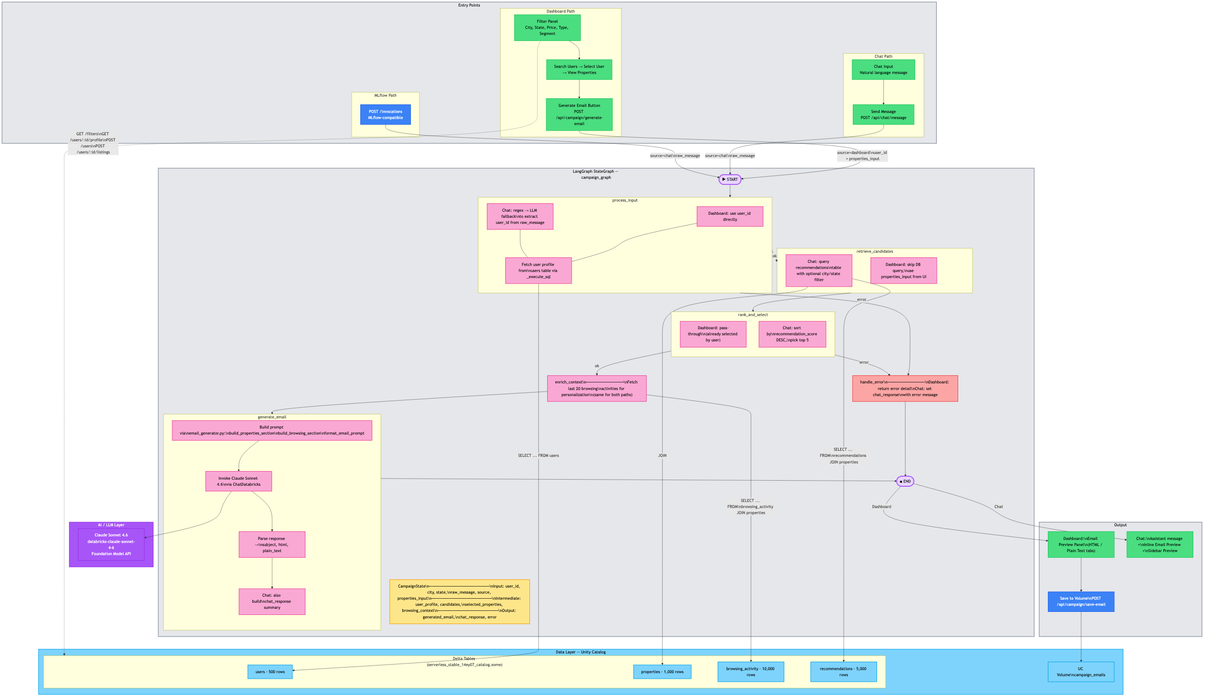
This is pipeline_flow.png from birbalin25/xome_langgraph, a Mermaid export, as it was before one commit. Its source is kept beside it as pipeline_flow.mmd.
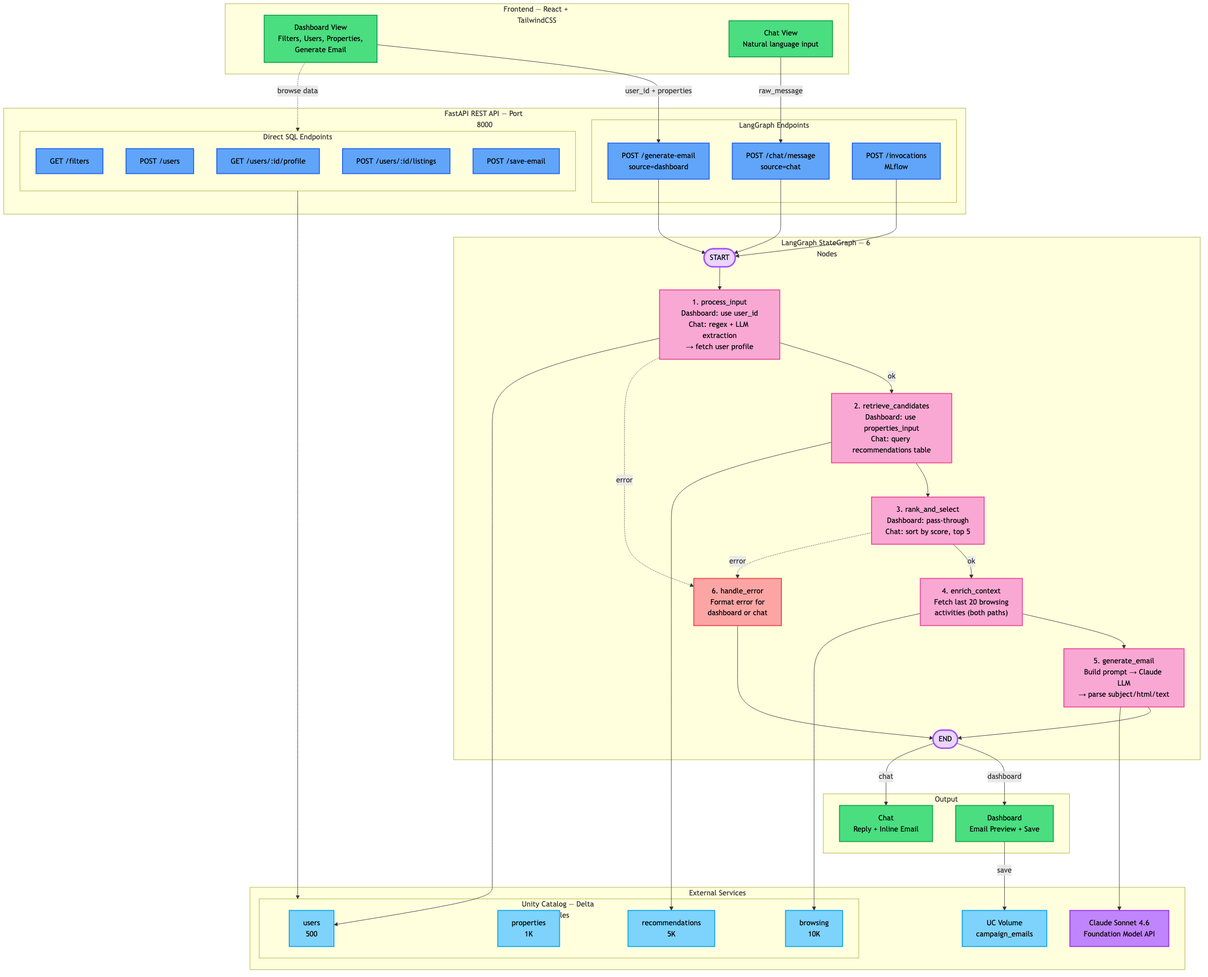
The same file after the commit.

Commit message:
Update architecture diagram with cleaner 5-layer layout

Simplified the Mermaid diagram for readability: compact node text,
clear top-to-bottom flow through Frontend → REST API → LangGraph
(6 nodes) → External Services → Output, with error paths shown
as dashed edges.

Diff of the diagram source:
```diff
@@ -1,144 +1,88 @@
-flowchart TB
-    classDef frontend fill:#4ade80,stroke:#22c55e,stroke-width:2px,color:#000
-    classDef api fill:#3b82f6,stroke:#2563eb,stroke-width:2px,color:#fff
-    classDef llm fill:#a855f7,stroke:#9333ea,stroke-width:2px,color:#fff
-    classDef data fill:#7dd3fc,stroke:#0ea5e9,stroke-width:2px,color:#000
-    classDef shared fill:#fbbf24,stroke:#f59e0b,stroke-width:2px,color:#000
-    classDef container fill:#e5e7eb,stroke:#9ca3af,stroke-width:3px,color:#000
-    classDef node_ok fill:#f9a8d4,stroke:#ec4899,stroke-width:2px,color:#000
-    classDef node_err fill:#fca5a5,stroke:#ef4444,stroke-width:2px,color:#000
-    classDef startend fill:#e9d5ff,stroke:#a855f7,stroke-width:3px,color:#000
-    classDef state fill:#fde68a,stroke:#f59e0b,stroke-width:2px,color:#000
+flowchart TD
+    classDef ui fill:#4ade80,stroke:#16a34a,stroke-width:2px,color:#000
+    classDef api fill:#60a5fa,stroke:#2563eb,stroke-width:2px,color:#000
+    classDef gnode fill:#f9a8d4,stroke:#ec4899,stroke-width:2px,color:#000
+    classDef errn fill:#fca5a5,stroke:#ef4444,stroke-width:2px,color:#000
+    classDef llm fill:#c084fc,stroke:#9333ea,stroke-width:2px,color:#000
+    classDef db fill:#7dd3fc,stroke:#0ea5e9,stroke-width:2px,color:#000
+    classDef se fill:#e9d5ff,stroke:#a855f7,stroke-width:3px,color:#000
 
+    subgraph FE["Frontend — React + TailwindCSS"]
+        direction LR
+        D["Dashboard View<br/>Filters, Users, Properties,<br/>Generate Email"]:::ui
+        C["Chat View<br/>Natural language input"]:::ui
+    end
 
-    subgraph ENTRY["Entry Points"]
+    subgraph API["FastAPI REST API — Port 8000"]
         direction LR
-
-        subgraph DASH_ENTRY["Dashboard Path"]
+        subgraph SQL_EP["Direct SQL Endpoints"]
             direction TB
-            D_FILTERS[Filter Panel<br/>City, State, Price, Type, Segment]:::frontend
-            D_SEARCH[Search Users → Select User<br/>→ View Properties]:::frontend
-            D_GEN[Generate Email Button<br/>POST /api/campaign/generate-email]:::frontend
-            D_FILTERS --> D_SEARCH --> D_GEN
+            A1["GET /filters"]:::api
+            A2["POST /users"]:::api
+            A3["GET /users/:id/profile"]:::api
+            A4["POST /users/:id/listings"]:::api
+            A5["POST /save-email"]:::api
         end
-
-        subgraph CHAT_ENTRY["Chat Path"]
+        subgraph LG_EP["LangGraph Endpoints"]
             direction TB
-            C_INPUT[Chat Input<br/>Natural language message]:::frontend
-            C_SEND[Send Message<br/>POST /api/chat/message]:::frontend
-            C_INPUT --> C_SEND
-        end
-
-        subgraph INVOKE_ENTRY["MLflow Path"]
-            direction TB
-            I_INPUT[POST /invocations<br/>MLflow-compatible]:::api
+            G1["POST /generate-email<br/>source=dashboard"]:::api
+            G2["POST /chat/message<br/>source=chat"]:::api
+            G3["POST /invocations<br/>MLflow"]:::api
         end
     end
 
+    subgraph LG["LangGraph StateGraph — 6 Nodes"]
+        direction TB
+        S(["START"]):::se
+        P1["1. process_input<br/>Dashboard: use user_id<br/>Chat: regex + LLM extraction<br/>→ fetch user profile"]:::gnode
+        P2["2. retrieve_candidates<br/>Dashboard: use properties_input<br/>Chat: query recommendations table"]:::gnode
+        P3["3. rank_and_select<br/>Dashboard: pass-through<br/>Chat: sort by score, top 5"]:::gnode
+        P4["4. enrich_context<br/>Fetch last 20 browsing<br/>activities (both paths)"]:::gnode
+        P5["5. generate_email<br/>Build prompt → Claude LLM<br/>→ parse subject/html/text"]:::gnode
+        ERR["6. handle_error<br/>Format error for<br/>dashboard or chat"]:::errn
+        E(["END"]):::se
 
-    subgraph GRAPH["LangGraph StateGraph — campaign_graph"]
-        direction TB
-
-        STATE["CampaignState\n─────────────────────\nInput: user_id, city, state,\nraw_message, source, properties_input\n─────────────────────\nIntermediate: user_profile, candidates,\nselected_properties, browsing_context\n─────────────────────\nOutput: generated_email,\nchat_response, error"]:::state
-
-        START(["▶ START"]):::startend
-
-        subgraph N1["process_input"]
-            direction TB
-            N1_DASH["Dashboard: use user_id directly"]:::node_ok
-            N1_CHAT["Chat: regex → LLM fallback\nto extract user_id from raw_message"]:::node_ok
-            N1_COMMON["Fetch user profile from\nusers table via _execute_sql"]:::node_ok
-            N1_DASH --- N1_COMMON
-            N1_CHAT --- N1_COMMON
-        end
-
-        subgraph N2["retrieve_candidates"]
-            direction TB
-            N2_DASH["Dashboard: skip DB query,\nuse properties_input from UI"]:::node_ok
-            N2_CHAT["Chat: query recommendations\ntable with optional city/state filter"]:::node_ok
-        end
-
-        subgraph N3["rank_and_select"]
-            direction TB
-            N3_DASH["Dashboard: pass-through\n(already selected by user)"]:::node_ok
-            N3_CHAT["Chat: sort by\nrecommendation_score DESC,\npick top 5"]:::node_ok
-        end
-
-        N4["enrich_context\n─────────────\nFetch last 20 browsing\nactivities for personalization\n(same for both paths)"]:::node_ok
-
-        subgraph N5["generate_email"]
-            direction TB
-            N5_BUILD["Build prompt via\nemail_generator.py:\nbuild_properties_section\nbuild_browsing_section\nformat_email_prompt"]:::node_ok
-            N5_LLM["Invoke Claude Sonnet 4.6\nvia ChatDatabricks"]:::node_ok
-            N5_PARSE["Parse response →\nsubject, html, plain_text"]:::node_ok
-            N5_CHAT_RESP["Chat: also build\nchat_response summary"]:::node_ok
-            N5_BUILD --> N5_LLM --> N5_PARSE --> N5_CHAT_RESP
-        end
-
-        N6["handle_error\n─────────────\nDashboard: return error detail\nChat: set chat_response\nwith error message"]:::node_err
-
-        FINISH(["■ END"]):::startend
-
-        START --> N1
-        N1 -->|ok| N2
-        N1 -->|error| N6
-        N2 --> N3
-        N3 -->|ok| N4
-        N3 -->|error| N6
-        N4 --> N5
-        N5 --> FINISH
-        N6 --> FINISH
+        S --> P1
+        P1 -->|ok| P2
+        P1 -.->|error| ERR
+        P2 --> P3
+        P3 -->|ok| P4
+        P3 -.->|error| ERR
+        P4 --> P5
+        P5 --> E
+        ERR --> E
     end
 
-
-    subgraph LLM_LAYER["AI / LLM Layer"]
-        LLM[Claude Sonnet 4.6<br/>databricks-claude-sonnet-4-6<br/>Foundation Model API]:::llm
+    subgraph EXT["External Services"]
+        direction LR
+        LLM["Claude Sonnet 4.6<br/>Foundation Model API"]:::llm
+        subgraph UC["Unity Catalog — Delta Tables"]
+            direction LR
+            T1["users<br/>500"]:::db
+            T2["properties<br/>1K"]:::db
+            T3["browsing<br/>10K"]:::db
+            T4["recommendations<br/>5K"]:::db
+        end
+        VOL["UC Volume<br/>campaign_emails"]:::db
     end
 
-    subgraph DATA_LAYER["Data Layer — Unity Catalog"]
+    subgraph OUT["Output"]
         direction LR
-
-        subgraph DELTA["Delta Tables (serverless_stable_14ey07_catalog.xome)"]
-            direction TB
-            TBL1[users · 500 rows]:::data
-            TBL2[properties · 1,000 rows]:::data
-            TBL3[browsing_activity · 10,000 rows]:::data
-            TBL4[recommendations · 5,000 rows]:::data
-        end
-
-        VOL[UC Volume\ncampaign_emails]:::data
+        O1["Dashboard<br/>Email Preview + Save"]:::ui
+        O2["Chat<br/>Reply + Inline Email"]:::ui
     end
 
-
-    subgraph OUTPUT["Output"]
-        direction LR
-        OUT_DASH["Dashboard:\nEmail Preview Panel\n(HTML / Plain Text tabs)"]:::frontend
-        OUT_CHAT["Chat:\nAssistant message +\nInline Email Preview +\nSidebar Preview"]:::frontend
-        OUT_SAVE["Save to Volume\nPOST /api/campaign/save-email"]:::api
-    end
-
-
-    D_GEN -->|"source=dashboard\nuser_id + properties_input"| START
-    C_SEND -->|"source=chat\nraw_message"| START
-    I_INPUT -->|"source=chat\nraw_message"| START
-
-    N1_COMMON -->|"SELECT ... FROM users"| TBL1
-    N2_CHAT -->|"SELECT ... FROM\nrecommendations JOIN properties"| TBL4
-    N2_CHAT -->|JOIN| TBL2
-    N4 -->|"SELECT ... FROM\nbrowsing_activity JOIN properties"| TBL3
-
-    N5_LLM --> LLM
-
-    FINISH -->|Dashboard| OUT_DASH
-    FINISH -->|Chat| OUT_CHAT
-    OUT_DASH --> OUT_SAVE
-
-    OUT_SAVE --> VOL
-
-    D_FILTERS -.->|"GET /filters\nGET /users/:id/profile\nPOST /users\nPOST /users/:id/listings"| DELTA
-
-    class ENTRY container
-    class GRAPH container
-    class LLM_LAYER llm
-    class DATA_LAYER data
-    class OUTPUT container
+    D -->|"user_id + properties"| G1
+    D -.->|"browse data"| SQL_EP
+    C -->|"raw_message"| G2
+    G1 --> S
+    G2 --> S
+    G3 --> S
+    P1 --> T1
+    P2 --> T4
+    P4 --> T3
+    P5 --> LLM
+    SQL_EP --> UC
+    E -->|dashboard| O1
+    E -->|chat| O2
+    O1 -->|save| VOL
```
